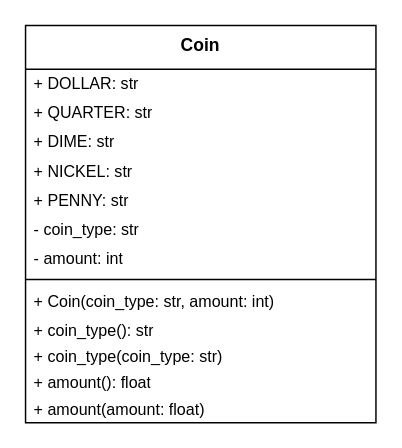
Above: assignments/hw12/diagram.drawio in hanggrian/IIT-ITM513 (draw.io), before the change. Source tidied: cells renumbered, new cells numbered last; positions are measured from the earlier drawing's top-left corner, leaving out a move shared by most shapes. Both pictures are drawn from the tidied source at 146%, with x=0, y=0 at pixel (25, 25).
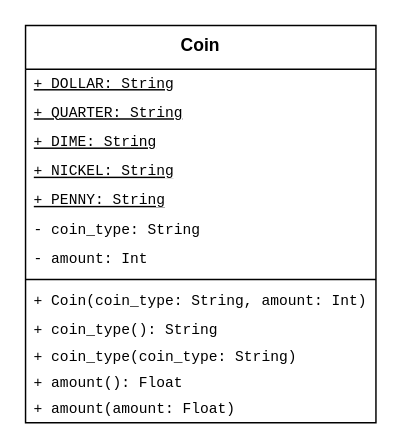
The same page after the edit.

The edit, as a diff of the source:
```diff
@@
 <mxGraphModel>
   <root>
     <mxCell id="0" />
     <mxCell id="1" parent="0" />
     <mxCell id="2" value="Coin" style="swimlane;fontStyle=1;align=center;verticalAlign=top;horizontal=1;startSize=30;whiteSpace=wrap;html=1;" parent="1" vertex="1">
       <mxGeometry width="240" height="272" as="geometry" />
     </mxCell>
-    <mxCell id="3" value="+ DOLLAR: str" style="text;strokeColor=none;fillColor=none;align=left;verticalAlign=middle;spacingLeft=4;spacingRight=4;overflow=hidden;whiteSpace=wrap;html=1;fontSize=11;" parent="2" vertex="1">
+    <mxCell id="3" value="+ DOLLAR: String" style="text;strokeColor=none;fillColor=none;align=left;verticalAlign=middle;spacingLeft=4;spacingRight=4;overflow=hidden;whiteSpace=wrap;html=1;fontSize=10;fontFamily=Courier New;fontStyle=4;" parent="2" vertex="1">
       <mxGeometry y="30" width="240" height="20" as="geometry" />
     </mxCell>
-    <mxCell id="4" value="+ QUARTER: str" style="text;strokeColor=none;fillColor=none;align=left;verticalAlign=middle;spacingLeft=4;spacingRight=4;overflow=hidden;whiteSpace=wrap;html=1;fontSize=11;" parent="2" vertex="1">
+    <mxCell id="4" value="+ QUARTER: String" style="text;strokeColor=none;fillColor=none;align=left;verticalAlign=middle;spacingLeft=4;spacingRight=4;overflow=hidden;whiteSpace=wrap;html=1;fontSize=10;fontFamily=Courier New;fontStyle=4;" parent="2" vertex="1">
       <mxGeometry y="50" width="240" height="20" as="geometry" />
     </mxCell>
-    <mxCell id="5" value="+ DIME: str" style="text;strokeColor=none;fillColor=none;align=left;verticalAlign=middle;spacingLeft=4;spacingRight=4;overflow=hidden;whiteSpace=wrap;html=1;fontSize=11;" parent="2" vertex="1">
+    <mxCell id="5" value="+ DIME: String" style="text;strokeColor=none;fillColor=none;align=left;verticalAlign=middle;spacingLeft=4;spacingRight=4;overflow=hidden;whiteSpace=wrap;html=1;fontSize=10;fontFamily=Courier New;fontStyle=4;" parent="2" vertex="1">
       <mxGeometry y="70" width="240" height="20" as="geometry" />
     </mxCell>
-    <mxCell id="6" value="+ NICKEL: str" style="text;strokeColor=none;fillColor=none;align=left;verticalAlign=middle;spacingLeft=4;spacingRight=4;overflow=hidden;whiteSpace=wrap;html=1;fontSize=11;" parent="2" vertex="1">
+    <mxCell id="6" value="+ NICKEL: String" style="text;strokeColor=none;fillColor=none;align=left;verticalAlign=middle;spacingLeft=4;spacingRight=4;overflow=hidden;whiteSpace=wrap;html=1;fontSize=10;fontFamily=Courier New;fontStyle=4;" parent="2" vertex="1">
       <mxGeometry y="90" width="240" height="20" as="geometry" />
     </mxCell>
-    <mxCell id="7" value="+ PENNY: str" style="text;strokeColor=none;fillColor=none;align=left;verticalAlign=middle;spacingLeft=4;spacingRight=4;overflow=hidden;whiteSpace=wrap;html=1;fontSize=11;" parent="2" vertex="1">
+    <mxCell id="7" value="+ PENNY: String" style="text;strokeColor=none;fillColor=none;align=left;verticalAlign=middle;spacingLeft=4;spacingRight=4;overflow=hidden;whiteSpace=wrap;html=1;fontSize=10;fontFamily=Courier New;fontStyle=4;" parent="2" vertex="1">
       <mxGeometry y="110" width="240" height="20" as="geometry" />
     </mxCell>
-    <mxCell id="8" value="- coin_type: str" style="text;strokeColor=none;fillColor=none;align=left;verticalAlign=middle;spacingLeft=4;spacingRight=4;overflow=hidden;whiteSpace=wrap;html=1;fontSize=11;" parent="2" vertex="1">
+    <mxCell id="8" value="- coin_type: String" style="text;strokeColor=none;fillColor=none;align=left;verticalAlign=middle;spacingLeft=4;spacingRight=4;overflow=hidden;whiteSpace=wrap;html=1;fontSize=10;fontFamily=Courier New;" parent="2" vertex="1">
       <mxGeometry y="130" width="240" height="20" as="geometry" />
     </mxCell>
-    <mxCell id="9" value="- amount: int" style="text;strokeColor=none;fillColor=none;align=left;verticalAlign=middle;spacingLeft=4;spacingRight=4;overflow=hidden;whiteSpace=wrap;html=1;fontSize=11;" parent="2" vertex="1">
+    <mxCell id="9" value="- amount: Int" style="text;strokeColor=none;fillColor=none;align=left;verticalAlign=middle;spacingLeft=4;spacingRight=4;overflow=hidden;whiteSpace=wrap;html=1;fontSize=10;fontFamily=Courier New;" parent="2" vertex="1">
       <mxGeometry y="150" width="240" height="20" as="geometry" />
     </mxCell>
     <mxCell id="10" style="line;strokeWidth=1;fillColor=none;align=left;verticalAlign=middle;spacingTop=-1;spacingLeft=3;spacingRight=3;labelPosition=right;strokeColor=inherit;" parent="2" vertex="1">
       <mxGeometry y="170" width="240" height="8" as="geometry" />
     </mxCell>
-    <mxCell id="11" value="+ Coin(coin_type: str, amount: int)" style="text;strokeColor=none;fillColor=none;align=left;verticalAlign=middle;spacingLeft=4;spacingRight=4;overflow=hidden;whiteSpace=wrap;html=1;fontSize=11;" parent="2" vertex="1">
+    <mxCell id="11" value="+ Coin(coin_type: String, amount: Int)" style="text;strokeColor=none;fillColor=none;align=left;verticalAlign=middle;spacingLeft=4;spacingRight=4;overflow=hidden;whiteSpace=wrap;html=1;fontSize=10;fontFamily=Courier New;" parent="2" vertex="1">
       <mxGeometry y="178" width="240" height="22" as="geometry" />
     </mxCell>
-    <mxCell id="12" value="+ coin_type(&lt;span style=&quot;background-color: initial;&quot;&gt;): str&lt;/span&gt;" style="text;strokeColor=none;fillColor=none;align=left;verticalAlign=middle;spacingLeft=4;spacingRight=4;overflow=hidden;whiteSpace=wrap;html=1;fontSize=11;" parent="2" vertex="1">
+    <mxCell id="12" value="+ coin_type(&lt;span style=&quot;background-color: initial; font-size: 10px;&quot;&gt;): String&lt;/span&gt;" style="text;strokeColor=none;fillColor=none;align=left;verticalAlign=middle;spacingLeft=4;spacingRight=4;overflow=hidden;whiteSpace=wrap;html=1;fontSize=10;fontFamily=Courier New;" parent="2" vertex="1">
       <mxGeometry y="200" width="240" height="18" as="geometry" />
     </mxCell>
-    <mxCell id="13" value="+ coin_type(coin_type: str&lt;span style=&quot;background-color: initial;&quot;&gt;)&lt;/span&gt;" style="text;strokeColor=none;fillColor=none;align=left;verticalAlign=middle;spacingLeft=4;spacingRight=4;overflow=hidden;whiteSpace=wrap;html=1;fontSize=11;" parent="2" vertex="1">
+    <mxCell id="13" value="+ coin_type(coin_type: String&lt;span style=&quot;background-color: initial; font-size: 10px;&quot;&gt;)&lt;/span&gt;" style="text;strokeColor=none;fillColor=none;align=left;verticalAlign=middle;spacingLeft=4;spacingRight=4;overflow=hidden;whiteSpace=wrap;html=1;fontSize=10;fontFamily=Courier New;" parent="2" vertex="1">
       <mxGeometry y="218" width="240" height="18" as="geometry" />
     </mxCell>
-    <mxCell id="14" value="+ amount(&lt;span style=&quot;background-color: initial;&quot;&gt;):&amp;nbsp;&lt;/span&gt;float" style="text;strokeColor=none;fillColor=none;align=left;verticalAlign=middle;spacingLeft=4;spacingRight=4;overflow=hidden;whiteSpace=wrap;html=1;fontSize=11;" parent="2" vertex="1">
+    <mxCell id="14" value="+ amount(&lt;span style=&quot;background-color: initial; font-size: 10px;&quot;&gt;):&amp;nbsp;&lt;/span&gt;Float" style="text;strokeColor=none;fillColor=none;align=left;verticalAlign=middle;spacingLeft=4;spacingRight=4;overflow=hidden;whiteSpace=wrap;html=1;fontSize=10;fontFamily=Courier New;" parent="2" vertex="1">
       <mxGeometry y="236" width="240" height="18" as="geometry" />
     </mxCell>
-    <mxCell id="15" value="+ amount(amount: float)" style="text;strokeColor=none;fillColor=none;align=left;verticalAlign=middle;spacingLeft=4;spacingRight=4;overflow=hidden;whiteSpace=wrap;html=1;fontSize=11;" parent="2" vertex="1">
+    <mxCell id="15" value="+ amount(amount: Float)" style="text;strokeColor=none;fillColor=none;align=left;verticalAlign=middle;spacingLeft=4;spacingRight=4;overflow=hidden;whiteSpace=wrap;html=1;fontSize=10;fontFamily=Courier New;" parent="2" vertex="1">
       <mxGeometry y="254" width="240" height="18" as="geometry" />
     </mxCell>
   </root>
 </mxGraphModel>
```
